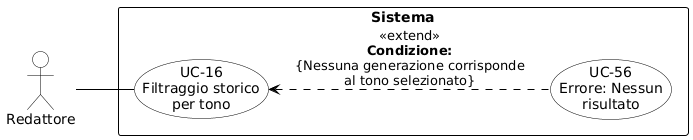
aLittleByte-19/Documentazione keeps this PlantUML diagram as RTB/Analisi dei Requisiti/diagrammi_use_case/UC-16.png. Above is the earlier version. The source it was exported from:
```plantuml
@startuml
skinparam shadowing false
skinparam defaultFontName Arial
left to right direction
skinparam nodesep 15
skinparam ranksep 50

skinparam usecase {
    BackgroundColor white
    BorderColor black
    ArrowColor black
}
skinparam actor {
    BackgroundColor white
    BorderColor black
}
skinparam rectangle {
    BorderColor black
    FontStyle bold
}

actor "Redattore" as R

rectangle "Sistema" {
    usecase "UC-16\nFiltraggio storico\nper tono" as UC16
    usecase "UC-56\nErrore: Nessun\nrisultato" as UC56

    UC16 <.. UC56 : <<extend>>\n**Condizione:**\n{Nessuna generazione corrisponde\nal tono selezionato}
}

R -- UC16
@enduml
```
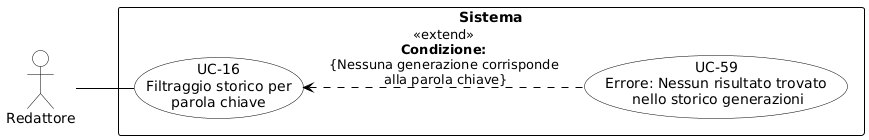
Above is the later version.

Diff of the diagram source:
```diff
@@ -19,14 +19,14 @@
     FontStyle bold
 }
 
-actor "Redattore" as R
+actor "Redattore" as redattore
 
 rectangle "Sistema" {
-    usecase "UC-16\nFiltraggio storico\nper tono" as UC16
-    usecase "UC-56\nErrore: Nessun\nrisultato" as UC56
+    usecase "UC-16\nFiltraggio storico per\nparola chiave" as UC16
+    usecase "UC-59\nErrore: Nessun risultato trovato\n nello storico generazioni" as UC59
 
-    UC16 <.. UC56 : <<extend>>\n**Condizione:**\n{Nessuna generazione corrisponde\nal tono selezionato}
+    UC59 .up.> UC16 : «extend»\n<b>Condizione:</b>\n{Nessuna generazione corrisponde\n alla parola chiave}
 }
 
-R -- UC16
+redattore -- UC16
 @enduml
```
